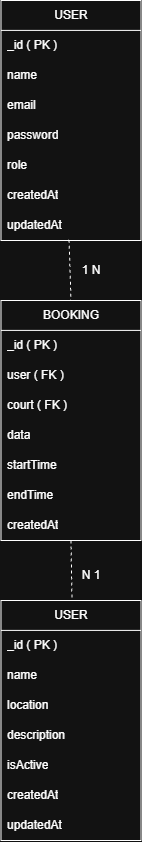
Above: docs/er-diagram.png in zmyomin2001-wq/badminton-reservation-system (draw.io), before the change. Source tidied: cells renumbered, new cells last; positions are measured from the earlier drawing's top-left corner, leaving out a move shared by most shapes.
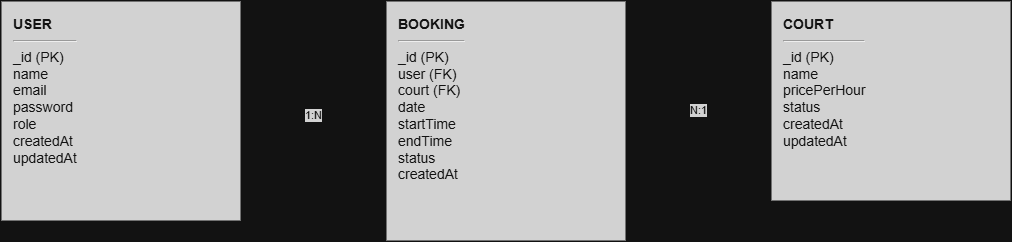
After the change.

The edit, as a diff of the source:
```diff
@@ -2,91 +2,20 @@
   <root>
     <mxCell id="0" />
     <mxCell id="1" parent="0" />
-    <mxCell id="2" value="USER" style="swimlane;fontStyle=0;horizontal=1;startSize=30;whiteSpace=wrap;html=1;" parent="1" vertex="1">
-      <mxGeometry width="140" height="240" as="geometry" />
-    </mxCell>
-    <mxCell id="3" value="_id ( PK )" style="text;strokeColor=none;fillColor=none;align=left;verticalAlign=middle;spacingLeft=4;spacingRight=4;overflow=hidden;whiteSpace=wrap;html=1;" parent="2" vertex="1">
-      <mxGeometry y="30" width="140" height="30" as="geometry" />
-    </mxCell>
-    <mxCell id="4" value="name" style="text;strokeColor=none;fillColor=none;align=left;verticalAlign=middle;spacingLeft=4;spacingRight=4;overflow=hidden;whiteSpace=wrap;html=1;" parent="2" vertex="1">
-      <mxGeometry y="60" width="140" height="30" as="geometry" />
-    </mxCell>
-    <mxCell id="5" value="email" style="text;strokeColor=none;fillColor=none;align=left;verticalAlign=middle;spacingLeft=4;spacingRight=4;overflow=hidden;whiteSpace=wrap;html=1;" parent="2" vertex="1">
-      <mxGeometry y="90" width="140" height="30" as="geometry" />
-    </mxCell>
-    <mxCell id="6" value="password" style="text;strokeColor=none;fillColor=none;align=left;verticalAlign=middle;spacingLeft=4;spacingRight=4;overflow=hidden;whiteSpace=wrap;html=1;" parent="2" vertex="1">
-      <mxGeometry y="120" width="140" height="30" as="geometry" />
-    </mxCell>
-    <mxCell id="7" value="role" style="text;strokeColor=none;fillColor=none;align=left;verticalAlign=middle;spacingLeft=4;spacingRight=4;overflow=hidden;whiteSpace=wrap;html=1;" parent="2" vertex="1">
-      <mxGeometry y="150" width="140" height="30" as="geometry" />
-    </mxCell>
-    <mxCell id="8" value="createdAt" style="text;strokeColor=none;fillColor=none;align=left;verticalAlign=middle;spacingLeft=4;spacingRight=4;overflow=hidden;whiteSpace=wrap;html=1;" parent="2" vertex="1">
-      <mxGeometry y="180" width="140" height="30" as="geometry" />
-    </mxCell>
-    <mxCell id="9" value="updatedAt" style="text;strokeColor=none;fillColor=none;align=left;verticalAlign=middle;spacingLeft=4;spacingRight=4;overflow=hidden;points=[[0,0.5],[1,0.5]];portConstraint=eastwest;whiteSpace=wrap;html=1;" parent="2" vertex="1">
-      <mxGeometry y="210" width="140" height="30" as="geometry" />
-    </mxCell>
-    <mxCell id="10" value="BOOKING" style="swimlane;fontStyle=0;horizontal=1;startSize=30;whiteSpace=wrap;html=1;" parent="1" vertex="1">
-      <mxGeometry y="300" width="140" height="240" as="geometry" />
-    </mxCell>
-    <mxCell id="11" value="_id ( PK )" style="text;strokeColor=none;fillColor=none;align=left;verticalAlign=middle;spacingLeft=4;spacingRight=4;overflow=hidden;whiteSpace=wrap;html=1;" parent="10" vertex="1">
-      <mxGeometry y="30" width="140" height="30" as="geometry" />
-    </mxCell>
-    <mxCell id="12" value="user ( FK )" style="text;strokeColor=none;fillColor=none;align=left;verticalAlign=middle;spacingLeft=4;spacingRight=4;overflow=hidden;whiteSpace=wrap;html=1;" parent="10" vertex="1">
-      <mxGeometry y="60" width="140" height="30" as="geometry" />
-    </mxCell>
-    <mxCell id="13" value="court ( FK )" style="text;strokeColor=none;fillColor=none;align=left;verticalAlign=middle;spacingLeft=4;spacingRight=4;overflow=hidden;whiteSpace=wrap;html=1;" parent="10" vertex="1">
-      <mxGeometry y="90" width="140" height="30" as="geometry" />
-    </mxCell>
-    <mxCell id="14" value="data" style="text;strokeColor=none;fillColor=none;align=left;verticalAlign=middle;spacingLeft=4;spacingRight=4;overflow=hidden;whiteSpace=wrap;html=1;" parent="10" vertex="1">
-      <mxGeometry y="120" width="140" height="30" as="geometry" />
-    </mxCell>
-    <mxCell id="15" value="startTime" style="text;strokeColor=none;fillColor=none;align=left;verticalAlign=middle;spacingLeft=4;spacingRight=4;overflow=hidden;whiteSpace=wrap;html=1;" parent="10" vertex="1">
-      <mxGeometry y="150" width="140" height="30" as="geometry" />
-    </mxCell>
-    <mxCell id="16" value="endTime" style="text;strokeColor=none;fillColor=none;align=left;verticalAlign=middle;spacingLeft=4;spacingRight=4;overflow=hidden;whiteSpace=wrap;html=1;" parent="10" vertex="1">
-      <mxGeometry y="180" width="140" height="30" as="geometry" />
-    </mxCell>
-    <mxCell id="17" value="createdAt" style="text;strokeColor=none;fillColor=none;align=left;verticalAlign=middle;spacingLeft=4;spacingRight=4;overflow=hidden;whiteSpace=wrap;html=1;" parent="10" vertex="1">
-      <mxGeometry y="210" width="140" height="30" as="geometry" />
-    </mxCell>
-    <mxCell id="18" value="USER" style="swimlane;fontStyle=0;horizontal=1;startSize=30;whiteSpace=wrap;html=1;" parent="1" vertex="1">
-      <mxGeometry y="600" width="140" height="240" as="geometry" />
-    </mxCell>
-    <mxCell id="19" value="_id ( PK )" style="text;strokeColor=none;fillColor=none;align=left;verticalAlign=middle;spacingLeft=4;spacingRight=4;overflow=hidden;whiteSpace=wrap;html=1;" parent="18" vertex="1">
-      <mxGeometry y="30" width="140" height="30" as="geometry" />
-    </mxCell>
-    <mxCell id="20" value="name" style="text;strokeColor=none;fillColor=none;align=left;verticalAlign=middle;spacingLeft=4;spacingRight=4;overflow=hidden;whiteSpace=wrap;html=1;" parent="18" vertex="1">
-      <mxGeometry y="60" width="140" height="30" as="geometry" />
-    </mxCell>
-    <mxCell id="21" value="location" style="text;strokeColor=none;fillColor=none;align=left;verticalAlign=middle;spacingLeft=4;spacingRight=4;overflow=hidden;whiteSpace=wrap;html=1;" parent="18" vertex="1">
-      <mxGeometry y="90" width="140" height="30" as="geometry" />
-    </mxCell>
-    <mxCell id="22" value="description" style="text;strokeColor=none;fillColor=none;align=left;verticalAlign=middle;spacingLeft=4;spacingRight=4;overflow=hidden;whiteSpace=wrap;html=1;" parent="18" vertex="1">
-      <mxGeometry y="120" width="140" height="30" as="geometry" />
-    </mxCell>
-    <mxCell id="23" value="isActive" style="text;strokeColor=none;fillColor=none;align=left;verticalAlign=middle;spacingLeft=4;spacingRight=4;overflow=hidden;whiteSpace=wrap;html=1;" parent="18" vertex="1">
-      <mxGeometry y="150" width="140" height="30" as="geometry" />
-    </mxCell>
-    <mxCell id="24" value="createdAt" style="text;strokeColor=none;fillColor=none;align=left;verticalAlign=middle;spacingLeft=4;spacingRight=4;overflow=hidden;whiteSpace=wrap;html=1;" parent="18" vertex="1">
-      <mxGeometry y="180" width="140" height="30" as="geometry" />
-    </mxCell>
-    <mxCell id="25" value="updatedAt" style="text;strokeColor=none;fillColor=none;align=left;verticalAlign=middle;spacingLeft=4;spacingRight=4;overflow=hidden;whiteSpace=wrap;html=1;" parent="18" vertex="1">
-      <mxGeometry y="210" width="140" height="30" as="geometry" />
-    </mxCell>
-    <mxCell id="26" style="endArrow=none;dashed=1;html=1;rounded=0;exitX=0.486;exitY=0.98;exitDx=0;exitDy=0;exitPerimeter=0;entryX=0.5;entryY=0;entryDx=0;entryDy=0;" parent="1" edge="1" source="9" target="10">
-      <mxGeometry relative="1" as="geometry" />
-    </mxCell>
-    <mxCell id="27" style="endArrow=none;dashed=1;html=1;rounded=0;entryX=0.5;entryY=0;entryDx=0;entryDy=0;exitX=0.5;exitY=1;exitDx=0;exitDy=0;" parent="1" edge="1" source="10">
-      <mxGeometry relative="1" as="geometry">
-        <mxPoint x="71" y="600" as="targetPoint" />
-      </mxGeometry>
-    </mxCell>
-    <mxCell id="28" value="1 N" style="text;html=1;whiteSpace=wrap;strokeColor=none;fillColor=none;align=center;verticalAlign=middle;rounded=0;" parent="1" vertex="1">
-      <mxGeometry x="60" y="255" width="60" height="30" as="geometry" />
-    </mxCell>
-    <mxCell id="29" value="N 1" style="text;html=1;whiteSpace=wrap;strokeColor=none;fillColor=none;align=center;verticalAlign=middle;rounded=0;" parent="1" vertex="1">
-      <mxGeometry x="60" y="560" width="60" height="30" as="geometry" />
-    </mxCell>
+    <mxCell id="30" value="&lt;b&gt;USER&lt;/b&gt;&lt;hr&gt;_id (PK)&lt;br&gt;name&lt;br&gt;email&lt;br&gt;password&lt;br&gt;role&lt;br&gt;createdAt&lt;br&gt;updatedAt" style="rounded=0;whiteSpace=wrap;html=1;fillColor=#1f1f1f;fontColor=#ffffff;strokeColor=#ffffff;align=left;spacingLeft=10;spacingTop=8;verticalAlign=top;fontSize=14;" parent="1" vertex="1">
+      <mxGeometry x="-200" y="80" width="240" height="220" as="geometry" />
+    </mxCell>
+    <mxCell id="31" value="&lt;b&gt;BOOKING&lt;/b&gt;&lt;hr&gt;_id (PK)&lt;br&gt;user (FK)&lt;br&gt;court (FK)&lt;br&gt;date&lt;br&gt;startTime&lt;br&gt;endTime&lt;br&gt;status&lt;br&gt;createdAt" style="rounded=0;whiteSpace=wrap;html=1;fillColor=#1f1f1f;fontColor=#ffffff;strokeColor=#ffffff;align=left;spacingLeft=10;spacingTop=8;verticalAlign=top;fontSize=14;" parent="1" vertex="1">
+      <mxGeometry x="185" y="80" width="240" height="240" as="geometry" />
+    </mxCell>
+    <mxCell id="32" value="&lt;b&gt;COURT&lt;/b&gt;&lt;hr&gt;_id (PK)&lt;br&gt;name&lt;br&gt;pricePerHour&lt;br&gt;status&lt;br&gt;createdAt&lt;br&gt;updatedAt" style="rounded=0;whiteSpace=wrap;html=1;fillColor=#1f1f1f;fontColor=#ffffff;strokeColor=#ffffff;align=left;spacingLeft=10;spacingTop=8;verticalAlign=top;fontSize=14;" parent="1" vertex="1">
+      <mxGeometry x="570" y="80" width="240" height="200" as="geometry" />
+    </mxCell>
+    <mxCell id="33" value="1:N" style="edgeStyle=orthogonalEdgeStyle;rounded=0;jettySize=auto;html=1;strokeColor=#ffffff;fontColor=#ffffff;endArrow=none;startArrow=none;labelBackgroundColor=#1f1f1f;" parent="1" edge="1" source="30" target="31">
+      <mxGeometry relative="1" as="geometry" />
+    </mxCell>
+    <mxCell id="34" value="N:1" style="edgeStyle=orthogonalEdgeStyle;rounded=0;jettySize=auto;html=1;strokeColor=#ffffff;fontColor=#ffffff;endArrow=none;startArrow=none;labelBackgroundColor=#1f1f1f;" parent="1" edge="1" source="31" target="32">
+      <mxGeometry relative="1" as="geometry" />
+    </mxCell>
   </root>
 </mxGraphModel>
```
